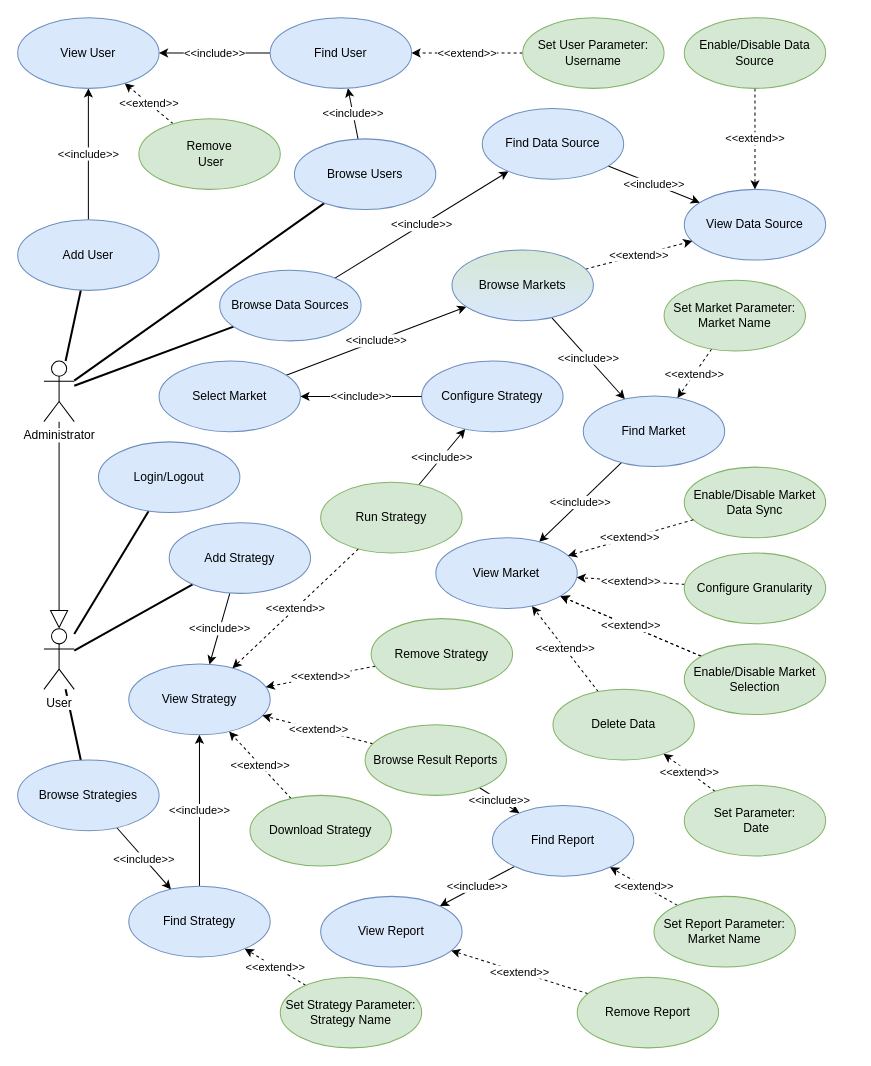
The draw.io diagram drawio/usecases.drawio in nferrante1/lsmsd2, before the edit. Source tidied: cells renumbered, new cells numbered last; positions are measured from the earlier drawing's top-left corner, leaving out a move shared by most shapes. Both pictures are drawn from the tidied source at 101%, with x=0, y=0 at pixel (17, 17).
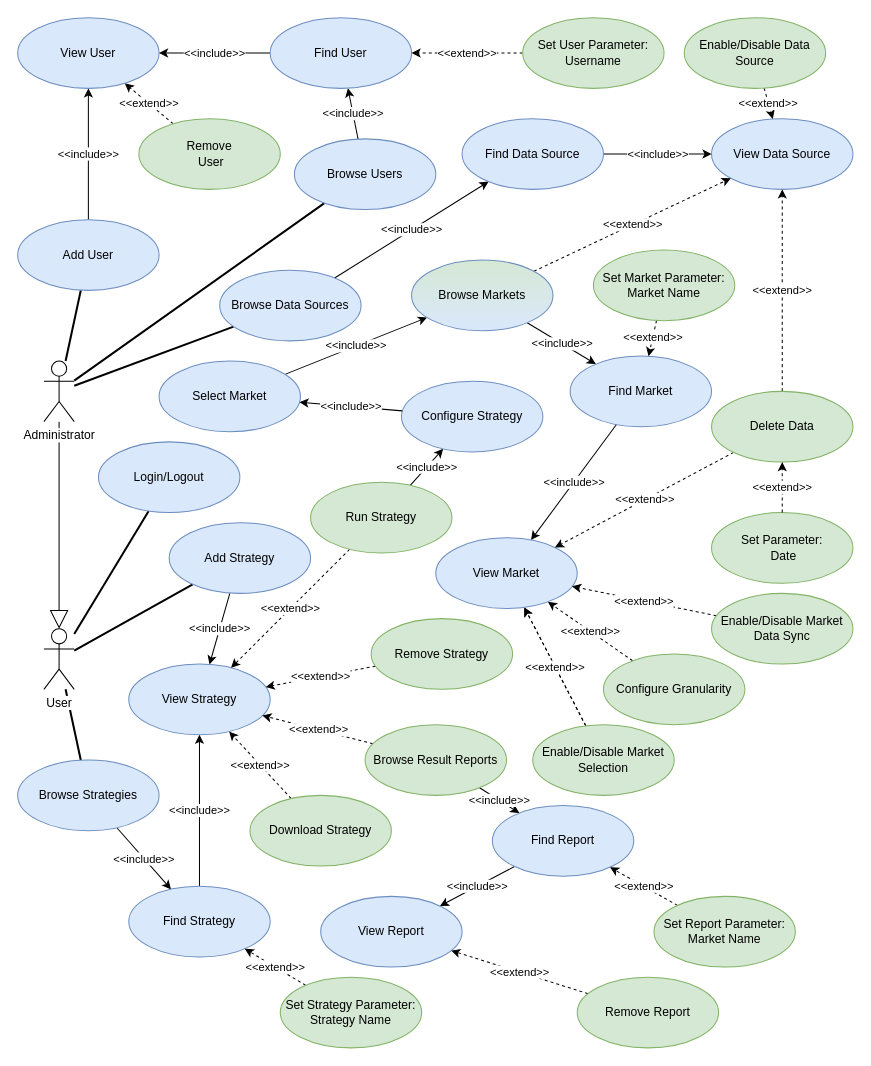
After the change.

Commit message:
Add Delete Data extend to View Data Source

What changed in the source:
```diff
@@
     <mxCell id="9" value="View Data Source" style="ellipse;whiteSpace=wrap;html=1;fillColor=#dae8fc;strokeColor=#6c8ebf;" parent="1" vertex="1">
-      <mxGeometry x="660" y="170" width="140" height="70" as="geometry" />
+      <mxGeometry x="687" y="100" width="140" height="70" as="geometry" />
     </mxCell>
@@
     <mxCell id="23" value="Find Data Source" style="ellipse;whiteSpace=wrap;html=1;fillColor=#dae8fc;strokeColor=#6c8ebf;" parent="1" vertex="1">
-      <mxGeometry x="460" y="90" width="140" height="70" as="geometry" />
+      <mxGeometry x="440" y="100" width="140" height="70" as="geometry" />
     </mxCell>
@@
     <mxCell id="25" value="Configure Granularity" style="ellipse;whiteSpace=wrap;html=1;fillColor=#d5e8d4;strokeColor=#82b366;" parent="1" vertex="1">
-      <mxGeometry x="660" y="530" width="140" height="70" as="geometry" />
+      <mxGeometry x="580" y="630" width="140" height="70" as="geometry" />
     </mxCell>
@@
-    <mxCell id="29" value="Enable/Disable Market Data Sync" style="ellipse;whiteSpace=wrap;html=1;fillColor=#d5e8d4;strokeColor=#82b366;" parent="1" vertex="1">
-      <mxGeometry x="660" y="445" width="140" height="70" as="geometry" />
-    </mxCell>
@@
     <mxCell id="31" value="Find Market" style="ellipse;whiteSpace=wrap;html=1;fillColor=#dae8fc;strokeColor=#6c8ebf;" parent="1" vertex="1">
-      <mxGeometry x="560" y="374.5" width="140" height="70" as="geometry" />
+      <mxGeometry x="547" y="335" width="140" height="70" as="geometry" />
     </mxCell>
@@
     <mxCell id="33" value="Set Market Parameter: Market Name" style="ellipse;whiteSpace=wrap;html=1;fillColor=#d5e8d4;strokeColor=#82b366;" parent="1" vertex="1">
-      <mxGeometry x="640" y="260" width="140" height="70" as="geometry" />
+      <mxGeometry x="570" y="230" width="140" height="70" as="geometry" />
     </mxCell>
@@
     <mxCell id="51" value="Run Strategy" style="ellipse;whiteSpace=wrap;html=1;fillColor=#d5e8d4;strokeColor=#82b366;" parent="1" vertex="1">
-      <mxGeometry x="300" y="460" width="140" height="70" as="geometry" />
+      <mxGeometry x="290" y="460" width="140" height="70" as="geometry" />
     </mxCell>
@@
     <mxCell id="56" value="Configure Strategy" style="ellipse;whiteSpace=wrap;html=1;fillColor=#dae8fc;strokeColor=#6c8ebf;" parent="1" vertex="1">
-      <mxGeometry x="400" y="340" width="140" height="70" as="geometry" />
+      <mxGeometry x="380" y="360" width="140" height="70" as="geometry" />
     </mxCell>
@@
     <mxCell id="65" value="Browse Markets" style="ellipse;whiteSpace=wrap;html=1;fillColor=#dae8fc;strokeColor=#6c8ebf;gradientDirection=north;gradientColor=#D5E8D4;" parent="1" vertex="1">
-      <mxGeometry x="430" y="230" width="140" height="70" as="geometry" />
+      <mxGeometry x="390" y="240" width="140" height="70" as="geometry" />
     </mxCell>
@@
+    <mxCell id="80" value="&lt;div&gt;&amp;lt;&amp;lt;extend&amp;gt;&amp;gt;&lt;/div&gt;" style="rounded=0;jettySize=auto;html=1;dashed=1;" parent="1" edge="1" source="74" target="9">
+      <mxGeometry relative="1" as="geometry" />
+    </mxCell>
     <mxCell id="74" value="Delete Data" style="ellipse;whiteSpace=wrap;html=1;fillColor=#d5e8d4;strokeColor=#82b366;" parent="1" vertex="1">
-      <mxGeometry x="530" y="665" width="140" height="70" as="geometry" />
+      <mxGeometry x="687" y="370" width="140" height="70" as="geometry" />
     </mxCell>
-    <mxCell id="75" value="&amp;lt;&amp;lt;extend&amp;gt;&amp;gt;" style="edgeStyle=none;rounded=0;jettySize=auto;html=1;dashed=1;endArrow=classic;endFill=1;" parent="1" edge="1" source="76" target="74">
-      <mxGeometry relative="1" as="geometry" />
-    </mxCell>
     <mxCell id="76" value="Set Parameter:&lt;br&gt;&amp;nbsp;Date" style="ellipse;whiteSpace=wrap;html=1;fillColor=#d5e8d4;strokeColor=#82b366;" parent="1" vertex="1">
-      <mxGeometry x="660" y="760" width="140" height="70" as="geometry" />
+      <mxGeometry x="687" y="490" width="140" height="70" as="geometry" />
     </mxCell>
     <mxCell id="77" value="Enable/Disable Market Selection" style="ellipse;whiteSpace=wrap;html=1;fillColor=#d5e8d4;strokeColor=#82b366;" parent="1" vertex="1">
-      <mxGeometry x="660" y="620" width="140" height="70" as="geometry" />
+      <mxGeometry x="510" y="700" width="140" height="70" as="geometry" />
     </mxCell>
@@
+    <mxCell id="29" value="Enable/Disable Market Data Sync" style="ellipse;whiteSpace=wrap;html=1;fillColor=#d5e8d4;strokeColor=#82b366;" parent="1" vertex="1">
+      <mxGeometry x="687" y="570" width="140" height="70" as="geometry" />
+    </mxCell>
+    <mxCell id="75" value="&amp;lt;&amp;lt;extend&amp;gt;&amp;gt;" style="edgeStyle=none;rounded=0;jettySize=auto;html=1;dashed=1;endArrow=classic;endFill=1;" parent="1" edge="1" source="76" target="74">
+      <mxGeometry relative="1" as="geometry" />
+    </mxCell>
```
